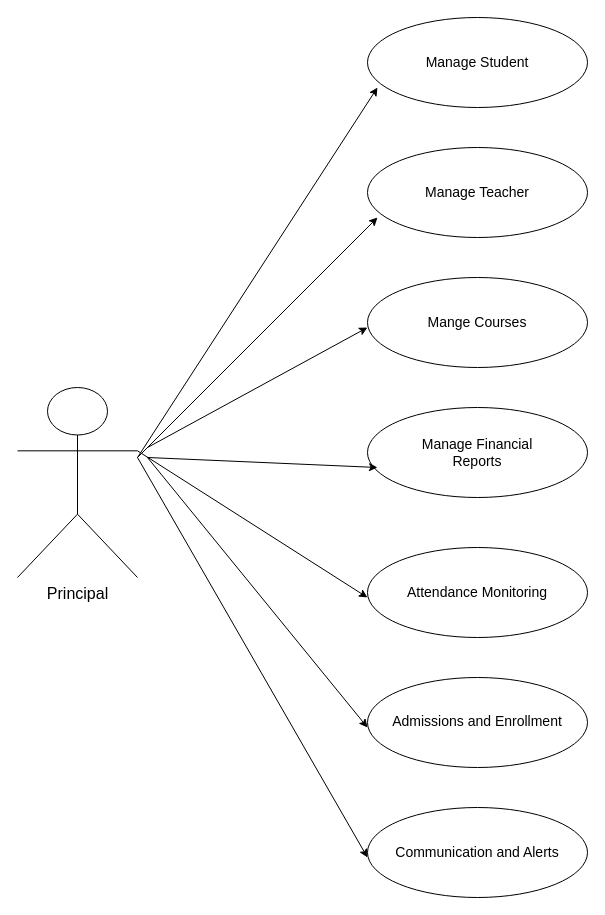
satanijatin/PythonProject keeps this draw.io diagram as Use Case Diagram/Principal Module.drawio. Above is the earlier version. Source tidied: cells renumbered, new cells numbered last; positions are measured from the earlier drawing's top-left corner, leaving out a move shared by most shapes. Both pictures are drawn from the tidied source at 100%, with x=0, y=0 at pixel (17, 17).
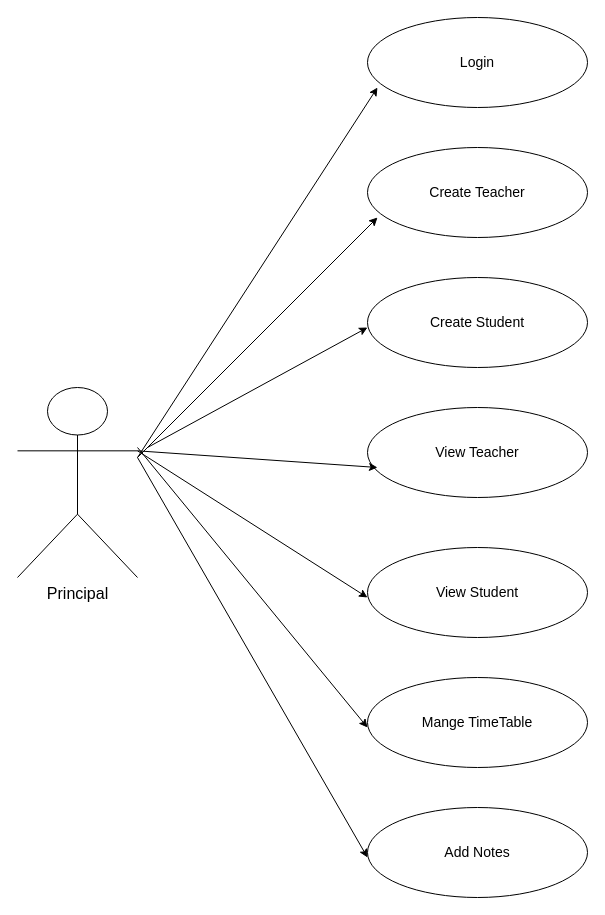
The same page after the edit.

The change refers to these unchanged cells:
```xml
<mxCell id="2" value="&lt;font style=&quot;font-size: 16px;&quot;&gt;Principal&lt;/font&gt;" style="shape=umlActor;verticalLabelPosition=bottom;verticalAlign=top;html=1;outlineConnect=0;" parent="1" vertex="1">
  <mxGeometry y="370" width="120" height="190" as="geometry" />
</mxCell>
```

Diff of the diagram source:
```diff
@@
-    <mxCell id="3" value="&lt;font style=&quot;font-size: 14px;&quot;&gt;Manage Student&lt;/font&gt;" style="ellipse;whiteSpace=wrap;html=1;" parent="1" vertex="1">
+    <mxCell id="3" value="&lt;font style=&quot;font-size: 14px;&quot;&gt;Login&lt;/font&gt;" style="ellipse;whiteSpace=wrap;html=1;" parent="1" vertex="1">
       <mxGeometry x="350" width="220" height="90" as="geometry" />
     </mxCell>
-    <mxCell id="4" value="&lt;div&gt;&lt;br&gt;&lt;/div&gt;&lt;div style=&quot;font-size: 14px;&quot;&gt;&lt;font style=&quot;font-size: 14px;&quot;&gt;Admissions and Enrollment&lt;/font&gt;&lt;/div&gt;&lt;div style=&quot;font-size: 14px;&quot;&gt;&lt;br&gt;&lt;/div&gt;" style="ellipse;whiteSpace=wrap;html=1;" parent="1" vertex="1">
+    <mxCell id="4" value="&lt;div&gt;&lt;font style=&quot;font-size: 14px;&quot;&gt;Mange TimeTable&lt;/font&gt;&lt;/div&gt;" style="ellipse;whiteSpace=wrap;html=1;" parent="1" vertex="1">
       <mxGeometry x="350" y="660" width="220" height="90" as="geometry" />
     </mxCell>
-    <mxCell id="5" value="&lt;div&gt;&lt;font style=&quot;font-size: 14px;&quot;&gt;Communication and Alerts&lt;/font&gt;&lt;/div&gt;" style="ellipse;whiteSpace=wrap;html=1;" parent="1" vertex="1">
+    <mxCell id="5" value="&lt;div&gt;&lt;font style=&quot;font-size: 14px;&quot;&gt;Add Notes&lt;/font&gt;&lt;/div&gt;" style="ellipse;whiteSpace=wrap;html=1;" parent="1" vertex="1">
       <mxGeometry x="350" y="790" width="220" height="90" as="geometry" />
     </mxCell>
-    <mxCell id="6" value="&lt;div&gt;&lt;font style=&quot;font-size: 14px;&quot;&gt;Attendance Monitoring&lt;/font&gt;&lt;/div&gt;" style="ellipse;whiteSpace=wrap;html=1;" parent="1" vertex="1">
+    <mxCell id="6" value="&lt;div&gt;&lt;font style=&quot;font-size: 14px;&quot;&gt;View Student&lt;/font&gt;&lt;/div&gt;" style="ellipse;whiteSpace=wrap;html=1;" parent="1" vertex="1">
       <mxGeometry x="350" y="530" width="220" height="90" as="geometry" />
     </mxCell>
-    <mxCell id="7" value="&lt;font style=&quot;font-size: 14px;&quot;&gt;Manage Financial &lt;br&gt;Reports&lt;/font&gt;" style="ellipse;whiteSpace=wrap;html=1;" parent="1" vertex="1">
+    <mxCell id="7" value="&lt;span style=&quot;font-size: 14px;&quot;&gt;View Teacher&lt;/span&gt;" style="ellipse;whiteSpace=wrap;html=1;" parent="1" vertex="1">
       <mxGeometry x="350" y="390" width="220" height="90" as="geometry" />
     </mxCell>
-    <mxCell id="8" value="&lt;font style=&quot;font-size: 14px;&quot;&gt;Mange Courses&lt;/font&gt;" style="ellipse;whiteSpace=wrap;html=1;" parent="1" vertex="1">
+    <mxCell id="8" value="&lt;font style=&quot;font-size: 14px;&quot;&gt;Create Student&lt;/font&gt;" style="ellipse;whiteSpace=wrap;html=1;" parent="1" vertex="1">
       <mxGeometry x="350" y="260" width="220" height="90" as="geometry" />
     </mxCell>
-    <mxCell id="9" value="&lt;font style=&quot;font-size: 14px;&quot;&gt;Manage Teacher&lt;/font&gt;" style="ellipse;whiteSpace=wrap;html=1;" parent="1" vertex="1">
+    <mxCell id="9" value="&lt;font style=&quot;font-size: 14px;&quot;&gt;Create Teacher&lt;/font&gt;" style="ellipse;whiteSpace=wrap;html=1;" parent="1" vertex="1">
       <mxGeometry x="350" y="130" width="220" height="90" as="geometry" />
     </mxCell>
@@
-    <mxCell id="13" style="endArrow=classic;html=1;rounded=0;" parent="1" edge="1">
+    <mxCell id="13" style="endArrow=classic;html=1;rounded=0;exitX=1;exitY=0.3333333333333333;exitDx=0;exitDy=0;exitPerimeter=0;" parent="1" edge="1" source="2">
       <mxGeometry relative="1" as="geometry">
-        <mxPoint x="130" y="440" as="sourcePoint" />
         <mxPoint x="360" y="450" as="targetPoint" />
       </mxGeometry>
     </mxCell>
@@
     <mxCell id="15" style="endArrow=classic;html=1;rounded=0;" parent="1" edge="1">
       <mxGeometry relative="1" as="geometry">
-        <mxPoint x="130" y="440" as="sourcePoint" />
+        <mxPoint x="120" y="430" as="sourcePoint" />
         <mxPoint x="350" y="710" as="targetPoint" />
       </mxGeometry>
     </mxCell>
```
